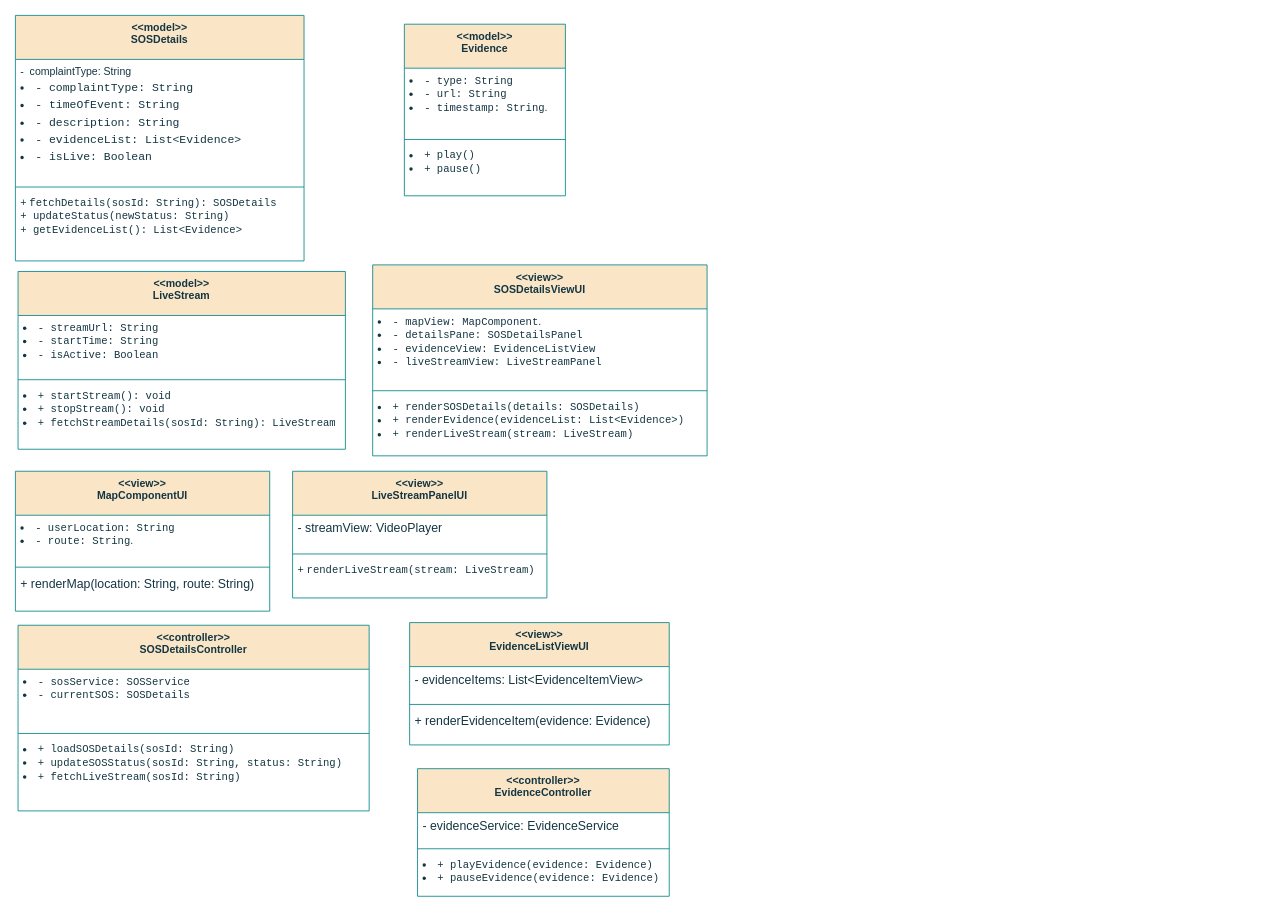
This is page "10. Agent View Details" (10 of 10) of Untitled Diagram.drawio from TH-014/CSE_326, a draw.io file, before an edit. Source tidied: cells renumbered, new cells numbered last; positions are measured from the earlier drawing's top-left corner, leaving out a move shared by most shapes. Both pictures are drawn from the tidied source at 88%, with x=0, y=0 at pixel (15, 15).
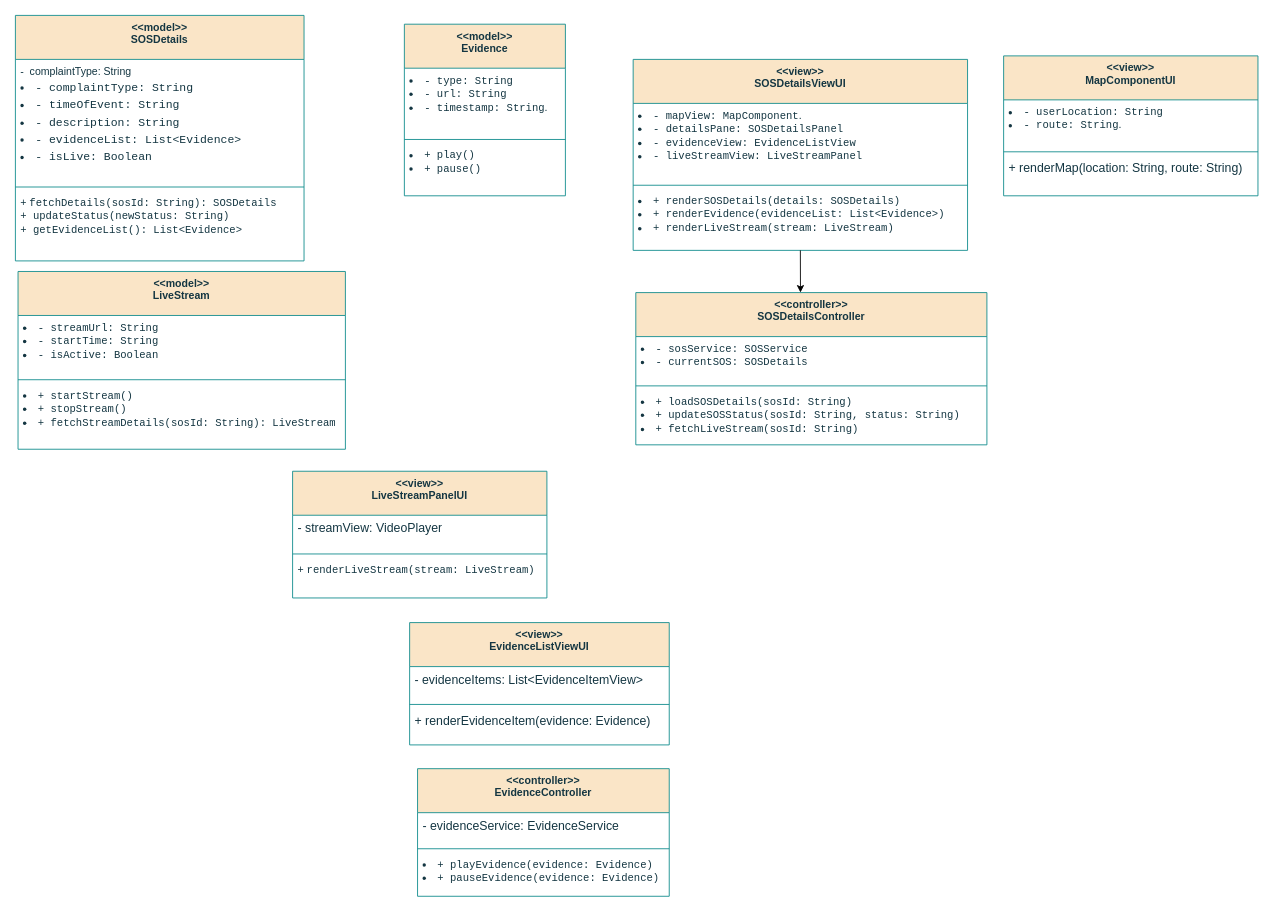
The same page after the edit.

Unchanged cells that the change refers to:
```xml
<mxCell id="10" value="&lt;div&gt;&amp;lt;&amp;lt;model&amp;gt;&amp;gt;&lt;/div&gt;&lt;div&gt; LiveStream&lt;/div&gt;" style="swimlane;fontStyle=1;align=center;verticalAlign=top;horizontal=1;startSize=50;whiteSpace=wrap;html=1;strokeColor=#0F8B8D;fontColor=#143642;fillColor=#FAE5C7;" parent="1" vertex="1">
  <mxGeometry x="3" y="291" width="372" height="202" as="geometry" />
</mxCell>
```

What changed in the source:
```diff
@@
-    <mxCell id="13" value="&lt;li&gt;&lt;code&gt;+ startStream(): void&lt;/code&gt;&lt;/li&gt;&lt;li&gt;&lt;code&gt;+ stopStream(): void&lt;/code&gt;&lt;br&gt;&lt;/li&gt;&lt;li&gt;&lt;code&gt;+ fetchStreamDetails(sosId: String): LiveStream&lt;/code&gt;&lt;br&gt;&lt;/li&gt;" style="text;strokeColor=none;fillColor=none;align=left;verticalAlign=top;spacingLeft=4;spacingRight=4;overflow=hidden;whiteSpace=wrap;html=1;fontColor=#143642;" parent="10" vertex="1">
+    <mxCell id="13" value="&lt;li&gt;&lt;code&gt;+ startStream()&lt;/code&gt;&lt;/li&gt;&lt;li&gt;&lt;code&gt;+ stopStream()&lt;/code&gt;&lt;br&gt;&lt;/li&gt;&lt;li&gt;&lt;code&gt;+ fetchStreamDetails(sosId: String): LiveStream&lt;/code&gt;&lt;br&gt;&lt;/li&gt;" style="text;strokeColor=none;fillColor=none;align=left;verticalAlign=top;spacingLeft=4;spacingRight=4;overflow=hidden;whiteSpace=wrap;html=1;fontColor=#143642;" parent="10" vertex="1">
       <mxGeometry y="127" width="372" height="75" as="geometry" />
     </mxCell>
     <mxCell id="14" value="&lt;div&gt;&amp;lt;&amp;lt;view&amp;gt;&amp;gt;&lt;/div&gt;&lt;div&gt; SOSDetailsViewUI&lt;/div&gt;" style="swimlane;fontStyle=1;align=center;verticalAlign=top;horizontal=1;startSize=50;whiteSpace=wrap;html=1;strokeColor=#0F8B8D;fontColor=#143642;fillColor=#FAE5C7;" parent="1" vertex="1">
-      <mxGeometry x="406" y="283.5" width="380" height="217" as="geometry" />
+      <mxGeometry x="702" y="50" width="380" height="217" as="geometry" />
     </mxCell>
@@
     <mxCell id="18" value="&lt;div&gt;&amp;lt;&amp;lt;view&amp;gt;&amp;gt;&lt;/div&gt;&lt;div&gt;MapComponentUI&lt;/div&gt;" style="swimlane;fontStyle=1;align=center;verticalAlign=top;horizontal=1;startSize=50;whiteSpace=wrap;html=1;strokeColor=#0F8B8D;fontColor=#143642;fillColor=#FAE5C7;" parent="1" vertex="1">
-      <mxGeometry y="518" width="289" height="159" as="geometry" />
+      <mxGeometry x="1123" y="46" width="289" height="159" as="geometry" />
     </mxCell>
@@
     <mxCell id="26" value="&lt;div&gt;&amp;lt;&amp;lt;controller&amp;gt;&amp;gt;&lt;/div&gt;&lt;div&gt;SOSDetailsController&lt;/div&gt;" style="swimlane;fontStyle=1;align=center;verticalAlign=top;horizontal=1;startSize=50;whiteSpace=wrap;html=1;strokeColor=#0F8B8D;fontColor=#143642;fillColor=#FAE5C7;" parent="1" vertex="1">
-      <mxGeometry x="3" y="693" width="399" height="211" as="geometry" />
+      <mxGeometry x="705" y="315" width="399" height="173" as="geometry" />
     </mxCell>
     <mxCell id="27" value="&lt;li&gt;&lt;code&gt;- sosService: SOSService&lt;/code&gt;&lt;/li&gt;&lt;li&gt;&lt;code&gt;- currentSOS: SOSDetails&lt;/code&gt;&lt;/li&gt;" style="text;strokeColor=none;fillColor=none;align=left;verticalAlign=top;spacingLeft=4;spacingRight=4;overflow=hidden;whiteSpace=wrap;html=1;fontColor=#143642;" parent="26" vertex="1">
-      <mxGeometry y="50" width="399" height="69" as="geometry" />
+      <mxGeometry y="50" width="399" height="52" as="geometry" />
     </mxCell>
     <mxCell id="28" style="line;strokeWidth=1;fillColor=none;align=left;verticalAlign=middle;spacingTop=-1;spacingLeft=3;spacingRight=3;labelPosition=right;strokeColor=inherit;fontColor=#143642;" parent="26" vertex="1">
-      <mxGeometry y="119" width="399" height="8" as="geometry" />
+      <mxGeometry y="102" width="399" height="8" as="geometry" />
     </mxCell>
     <mxCell id="29" value="&lt;li&gt;&lt;code&gt;+ loadSOSDetails(sosId: String)&lt;/code&gt;&lt;code&gt;&lt;/code&gt;&lt;/li&gt;&lt;li&gt;&lt;code&gt;+ updateSOSStatus(sosId: String, status: String)&lt;/code&gt;&lt;code&gt;&lt;/code&gt;&lt;/li&gt;&lt;li&gt;&lt;code&gt;+ fetchLiveStream(sosId: String)&lt;/code&gt;&lt;br&gt;&lt;/li&gt;" style="text;strokeColor=none;fillColor=none;align=left;verticalAlign=top;spacingLeft=4;spacingRight=4;overflow=hidden;whiteSpace=wrap;html=1;fontColor=#143642;" parent="26" vertex="1">
-      <mxGeometry y="127" width="399" height="84" as="geometry" />
+      <mxGeometry y="110" width="399" height="63" as="geometry" />
     </mxCell>
@@
+    <mxCell id="38" style="endArrow=classic;html=1;rounded=0;exitX=0.5;exitY=1;exitDx=0;exitDy=0;entryX=0.469;entryY=0;entryDx=0;entryDy=0;entryPerimeter=0;" parent="1" edge="1" source="14" target="26">
+      <mxGeometry relative="1" as="geometry" />
+    </mxCell>
```
